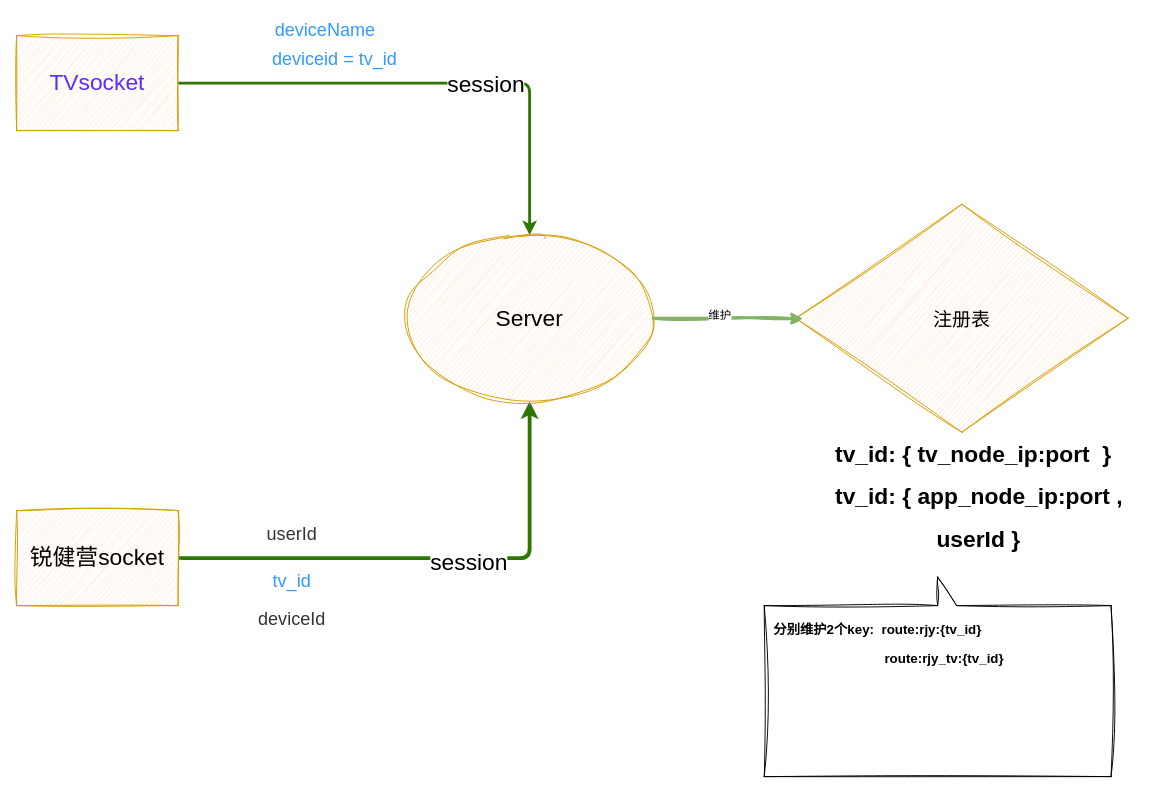
Before: page "锐健营TV websocket设计" (6 of 6) of GCroot.drawio in nayouzhenai/java_web, a draw.io diagram. Source tidied: cells renumbered, new cells numbered last; positions are measured from the earlier drawing's top-left corner, leaving out a move shared by most shapes. Both pictures are drawn from the tidied source at 95%, with x=0, y=0 at pixel (16, 16).
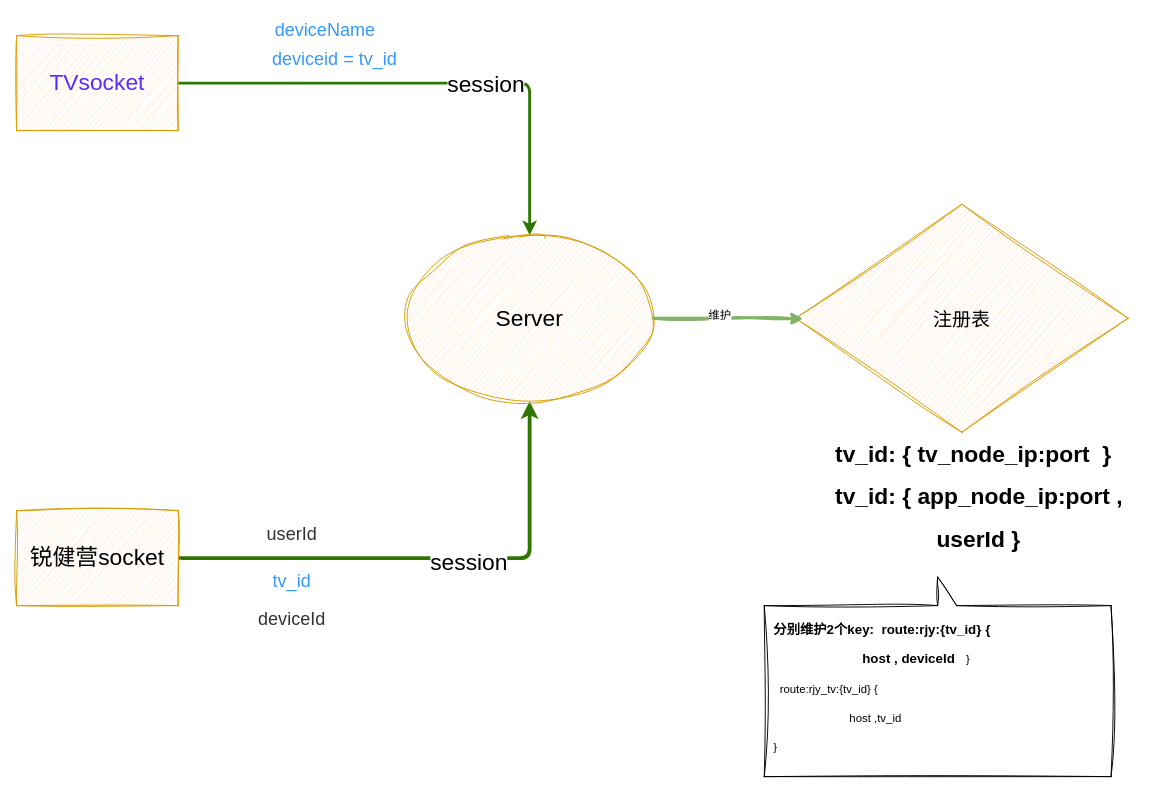
The same page after the edit.

What changed in the source:
```diff
@@
 <mxGraphModel>
   <root>
     <mxCell id="0" />
     <mxCell id="1" parent="0" />
     <mxCell id="2" style="edgeStyle=orthogonalEdgeStyle;rounded=1;jettySize=auto;html=1;exitX=1;exitY=0.5;exitDx=0;exitDy=0;fontFamily=Helvetica;fontSize=12;fontColor=default;curved=0;strokeWidth=3;fillColor=#60a917;strokeColor=#2D7600;" parent="1" edge="1" source="4" target="8">
       <mxGeometry relative="1" as="geometry" />
     </mxCell>
     <mxCell id="3" value="&lt;font style=&quot;font-size: 24px;&quot;&gt;session&lt;/font&gt;" style="edgeLabel;html=1;align=center;verticalAlign=middle;rounded=0;shadow=0;sketch=1;jiggle=2;curveFitting=1;strokeColor=#d79b00;fontFamily=Helvetica;fontSize=12;fontColor=default;fillColor=#ffe6cc;" parent="2" vertex="1">
       <mxGeometry x="0.22" y="-1" relative="1" as="geometry" />
     </mxCell>
     <mxCell id="4" value="&lt;font style=&quot;font-size: 24px; color: rgb(92, 43, 255);&quot;&gt;TVsocket&lt;/font&gt;" style="rounded=0;whiteSpace=wrap;html=1;shadow=0;sketch=1;curveFitting=1;jiggle=2;fillColor=#ffe6cc;strokeColor=#d79b00;" parent="1" vertex="1">
       <mxGeometry y="20" width="170" height="100" as="geometry" />
     </mxCell>
     <mxCell id="5" style="edgeStyle=orthogonalEdgeStyle;rounded=1;jettySize=auto;html=1;entryX=0.5;entryY=1;entryDx=0;entryDy=0;fontFamily=Helvetica;fontSize=12;fontColor=default;curved=0;strokeWidth=4;fillColor=#60a917;strokeColor=#2D7600;" parent="1" edge="1" source="7" target="8">
       <mxGeometry relative="1" as="geometry" />
     </mxCell>
     <mxCell id="6" value="&lt;font style=&quot;font-size: 24px;&quot;&gt;session&lt;/font&gt;" style="edgeLabel;html=1;align=center;verticalAlign=middle;rounded=0;shadow=0;sketch=1;jiggle=2;curveFitting=1;strokeColor=#d79b00;fontFamily=Helvetica;fontSize=12;fontColor=default;fillColor=#ffe6cc;" parent="5" vertex="1">
       <mxGeometry x="0.14" y="-4" relative="1" as="geometry" />
     </mxCell>
     <mxCell id="7" value="&lt;span style=&quot;font-size: 24px;&quot;&gt;锐健营socket&lt;/span&gt;" style="rounded=0;whiteSpace=wrap;html=1;shadow=0;sketch=1;curveFitting=1;jiggle=2;fillColor=#ffe6cc;strokeColor=#d79b00;" parent="1" vertex="1">
       <mxGeometry y="520" width="170" height="100" as="geometry" />
     </mxCell>
     <mxCell id="8" value="&lt;font style=&quot;font-size: 24px;&quot;&gt;Server&lt;/font&gt;" style="ellipse;whiteSpace=wrap;html=1;rounded=0;shadow=0;sketch=1;jiggle=2;curveFitting=1;strokeColor=#d79b00;align=center;verticalAlign=middle;fontFamily=Helvetica;fontSize=12;fontColor=default;fillColor=#ffe6cc;" parent="1" vertex="1">
       <mxGeometry x="410" y="230" width="260" height="175" as="geometry" />
     </mxCell>
     <mxCell id="9" value="&lt;font style=&quot;font-size: 19px; color: rgb(51, 51, 51);&quot;&gt;userId&lt;/font&gt;" style="text;html=1;align=center;verticalAlign=middle;whiteSpace=wrap;rounded=0;fontFamily=Helvetica;fontSize=12;fontColor=default;" parent="1" vertex="1">
       <mxGeometry x="260" y="530" width="60" height="30" as="geometry" />
     </mxCell>
     <mxCell id="10" value="&lt;font style=&quot;font-size: 19px; color: rgb(51, 153, 255);&quot;&gt;deviceid = tv_id&lt;/font&gt;" style="text;html=1;align=center;verticalAlign=middle;whiteSpace=wrap;rounded=0;fontFamily=Helvetica;fontSize=12;fontColor=default;" parent="1" vertex="1">
       <mxGeometry x="250" y="30" width="170" height="30" as="geometry" />
     </mxCell>
     <mxCell id="11" value="&lt;font style=&quot;font-size: 20px;&quot;&gt;注册表&lt;/font&gt;" style="rhombus;whiteSpace=wrap;html=1;rounded=0;shadow=0;sketch=1;jiggle=2;curveFitting=1;strokeColor=#d79b00;align=center;verticalAlign=middle;fontFamily=Helvetica;fontSize=12;fontColor=default;fillColor=#ffe6cc;" parent="1" vertex="1">
       <mxGeometry x="820" y="197.5" width="350" height="240" as="geometry" />
     </mxCell>
     <mxCell id="12" style="edgeStyle=orthogonalEdgeStyle;rounded=0;jettySize=auto;html=1;exitX=1;exitY=0.5;exitDx=0;exitDy=0;entryX=0.023;entryY=0.502;entryDx=0;entryDy=0;entryPerimeter=0;fontFamily=Helvetica;fontSize=12;fontColor=default;strokeWidth=3;shadow=0;sketch=1;curveFitting=1;jiggle=2;fillColor=#d5e8d4;strokeColor=#82b366;" parent="1" edge="1" source="8" target="11">
       <mxGeometry relative="1" as="geometry" />
     </mxCell>
     <mxCell id="13" value="维护" style="edgeLabel;html=1;align=center;verticalAlign=middle;rounded=0;shadow=0;sketch=1;jiggle=2;curveFitting=1;strokeColor=#d79b00;fontFamily=Helvetica;fontSize=12;fontColor=default;fillColor=#ffe6cc;" parent="12" vertex="1">
       <mxGeometry x="-0.13" y="3" relative="1" as="geometry" />
     </mxCell>
     <mxCell id="14" value="&lt;h1 style=&quot;margin-top: 0px;&quot;&gt;tv_id: { tv_node_ip:port&amp;nbsp; }&lt;/h1&gt;&lt;div&gt;&lt;h1 style=&quot;margin-top: 0px;&quot;&gt;tv_id: { app_node_ip:port ,&lt;/h1&gt;&lt;h1 style=&quot;margin-top: 0px;&quot;&gt;&lt;span style=&quot;white-space: pre;&quot;&gt;&#9;&lt;/span&gt;&lt;span style=&quot;white-space: pre;&quot;&gt;&#9;&lt;/span&gt;userId&amp;nbsp;}&lt;/h1&gt;&lt;/div&gt;" style="text;html=1;whiteSpace=wrap;overflow=hidden;rounded=0;fontFamily=Helvetica;fontSize=12;fontColor=default;" parent="1" vertex="1">
       <mxGeometry x="860" y="440" width="340" height="150" as="geometry" />
     </mxCell>
     <mxCell id="15" value="&lt;font style=&quot;font-size: 19px; color: rgb(51, 153, 255);&quot;&gt;tv_id&lt;/font&gt;" style="text;html=1;align=center;verticalAlign=middle;whiteSpace=wrap;rounded=0;fontFamily=Helvetica;fontSize=12;fontColor=default;" parent="1" vertex="1">
       <mxGeometry x="260" y="580" width="60" height="30" as="geometry" />
     </mxCell>
     <mxCell id="16" value="&lt;font color=&quot;#333333&quot;&gt;&lt;span style=&quot;font-size: 19px;&quot;&gt;deviceId&lt;/span&gt;&lt;/font&gt;" style="text;html=1;align=center;verticalAlign=middle;whiteSpace=wrap;rounded=0;fontFamily=Helvetica;fontSize=12;fontColor=default;" parent="1" vertex="1">
       <mxGeometry x="260" y="620" width="60" height="30" as="geometry" />
     </mxCell>
     <mxCell id="17" value="&lt;blockquote style=&quot;margin: 0 0 0 40px; border: none; padding: 0px;&quot;&gt;&lt;div&gt;&lt;br&gt;&lt;/div&gt;&lt;/blockquote&gt;" style="shape=callout;whiteSpace=wrap;html=1;perimeter=calloutPerimeter;rounded=0;shadow=0;sketch=1;jiggle=2;curveFitting=1;align=right;verticalAlign=middle;fontFamily=Helvetica;fontSize=12;rotation=-180;direction=east;flipH=1;" parent="1" vertex="1">
       <mxGeometry x="787" y="590" width="365" height="210" as="geometry" />
     </mxCell>
-    <mxCell id="18" value="&lt;h3 style=&quot;margin-top: 0px;&quot;&gt;分别维护2个key:&amp;nbsp;&amp;nbsp;route:rjy:{tv_id}&amp;nbsp;&lt;/h3&gt;&lt;h3&gt;&lt;span style=&quot;white-space: pre;&quot;&gt;&#9;&lt;/span&gt;&lt;span style=&quot;white-space: pre;&quot;&gt;&#9;&lt;/span&gt;&amp;nbsp; &amp;nbsp; &amp;nbsp; &amp;nbsp; &amp;nbsp; &amp;nbsp; &amp;nbsp; route:rjy_tv:{tv_id}&lt;/h3&gt;" style="text;html=1;whiteSpace=wrap;overflow=hidden;rounded=0;fontFamily=Helvetica;fontSize=12;fontColor=default;" parent="1" vertex="1">
+    <mxCell id="18" value="&lt;h3 style=&quot;margin-top: 0px;&quot;&gt;分别维护2个key:&amp;nbsp;&amp;nbsp;route:rjy:{tv_id} {&lt;/h3&gt;&lt;h3 style=&quot;margin-top: 0px;&quot;&gt;&lt;span style=&quot;white-space: pre;&quot;&gt;&#9;&lt;/span&gt;&lt;span style=&quot;white-space: pre;&quot;&gt;&#9;&lt;/span&gt;&lt;span style=&quot;white-space: pre;&quot;&gt;&#9;&lt;/span&gt;host , deviceId&amp;nbsp; &amp;nbsp;&lt;span style=&quot;background-color: transparent; color: light-dark(rgb(0, 0, 0), rgb(255, 255, 255)); font-size: 12px; font-weight: normal;&quot;&gt;}&amp;nbsp;&lt;/span&gt;&lt;span style=&quot;background-color: transparent; color: light-dark(rgb(0, 0, 0), rgb(255, 255, 255)); font-size: 12px; font-weight: normal; white-space: pre;&quot;&gt;&#9;&lt;/span&gt;&lt;span style=&quot;background-color: transparent; color: light-dark(rgb(0, 0, 0), rgb(255, 255, 255)); font-size: 12px; font-weight: normal; white-space: pre;&quot;&gt;&#9;&lt;/span&gt;&lt;/h3&gt;&lt;h3 style=&quot;margin-top: 0px;&quot;&gt;&lt;span style=&quot;background-color: transparent; color: light-dark(rgb(0, 0, 0), rgb(255, 255, 255)); font-size: 12px; font-weight: normal;&quot;&gt;&amp;nbsp; route:rjy_tv:{tv_id} {&lt;/span&gt;&lt;/h3&gt;&lt;h3&gt;&lt;span style=&quot;background-color: transparent; color: light-dark(rgb(0, 0, 0), rgb(255, 255, 255)); font-size: 12px; font-weight: normal;&quot;&gt;&lt;span style=&quot;white-space: pre;&quot;&gt;&#9;&lt;/span&gt;&lt;span style=&quot;white-space: pre;&quot;&gt;&#9;&lt;/span&gt;&lt;span style=&quot;white-space: pre;&quot;&gt;&#9;&lt;/span&gt;host ,tv_id&lt;br&gt;&lt;/span&gt;&lt;/h3&gt;&lt;h3&gt;&lt;span style=&quot;background-color: transparent; color: light-dark(rgb(0, 0, 0), rgb(255, 255, 255)); font-size: 12px; font-weight: normal;&quot;&gt;}&lt;/span&gt;&lt;/h3&gt;" style="text;html=1;whiteSpace=wrap;overflow=hidden;rounded=0;fontFamily=Helvetica;fontSize=12;fontColor=default;" parent="1" vertex="1">
       <mxGeometry x="794.5" y="630" width="350" height="170" as="geometry" />
     </mxCell>
     <mxCell id="19" value="&lt;font style=&quot;font-size: 19px; color: rgb(51, 153, 255);&quot;&gt;deviceName&lt;/font&gt;" style="text;html=1;align=center;verticalAlign=middle;whiteSpace=wrap;rounded=0;fontFamily=Helvetica;fontSize=12;fontColor=default;" parent="1" vertex="1">
       <mxGeometry x="240" width="170" height="30" as="geometry" />
     </mxCell>
   </root>
 </mxGraphModel>
```
